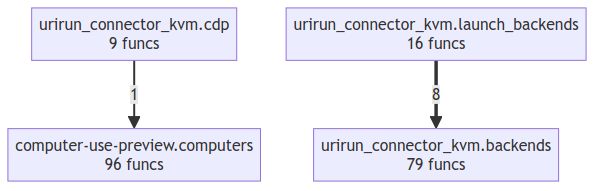
if-uri/urirun-connector-kvm keeps this Mermaid diagram as project/compact_flow.png. Above is the earlier version. Its source is kept beside it as project/compact_flow.mmd. Its diagram source:
```mermaid
flowchart TD
    computer_use_preview__computers["computer-use-preview.computers<br/>96 funcs"]
    urirun_connector_kvm__backends["urirun_connector_kvm.backends<br/>79 funcs"]
    urirun_connector_kvm__cdp["urirun_connector_kvm.cdp<br/>9 funcs"]
    urirun_connector_kvm__launch_backends["urirun_connector_kvm.launch_backends<br/>16 funcs"]
    urirun_connector_kvm__launch_backends ==>|8| urirun_connector_kvm__backends
    urirun_connector_kvm__cdp -->|1| computer_use_preview__computers
```
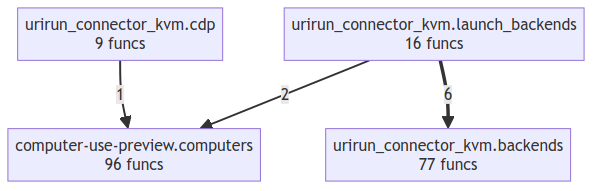
The same file after the commit.

Change to the diagram source:
```diff
@@ -1,7 +1,8 @@
 flowchart TD
     computer_use_preview__computers["computer-use-preview.computers<br/>96 funcs"]
-    urirun_connector_kvm__backends["urirun_connector_kvm.backends<br/>79 funcs"]
+    urirun_connector_kvm__backends["urirun_connector_kvm.backends<br/>77 funcs"]
     urirun_connector_kvm__cdp["urirun_connector_kvm.cdp<br/>9 funcs"]
     urirun_connector_kvm__launch_backends["urirun_connector_kvm.launch_backends<br/>16 funcs"]
-    urirun_connector_kvm__launch_backends ==>|8| urirun_connector_kvm__backends
+    urirun_connector_kvm__launch_backends ==>|6| urirun_connector_kvm__backends
+    urirun_connector_kvm__launch_backends -->|2| computer_use_preview__computers
     urirun_connector_kvm__cdp -->|1| computer_use_preview__computers
```
